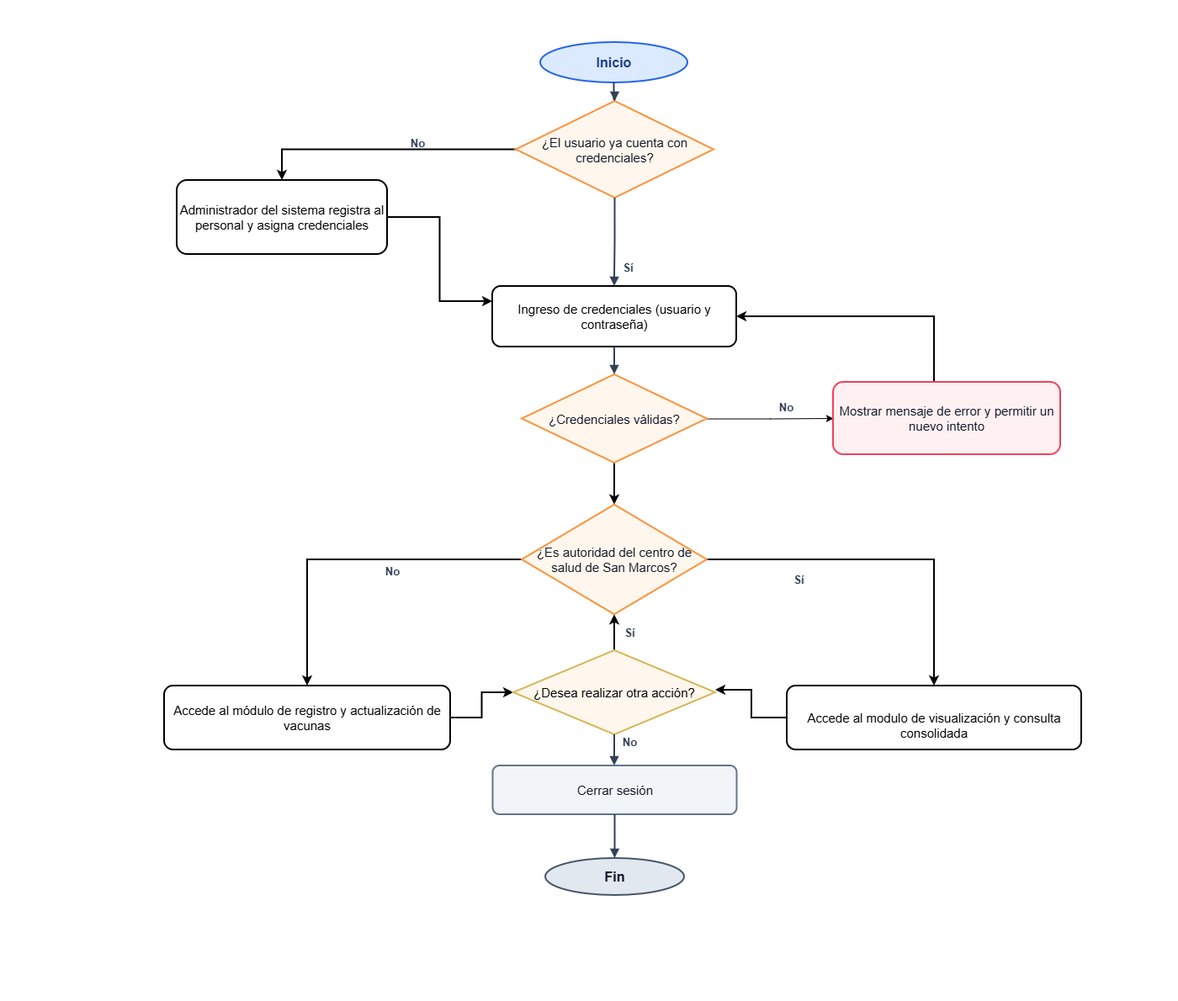
Before: Diagramas/diagrama_flujo_vacunas.drawio.png, a diagram exported from draw.io (WishoSz/PropuestaProyectoDeCarrera). Source tidied: cells renumbered, new cells last; positions are measured from the earlier drawing's top-left corner, leaving out a move shared by most shapes.
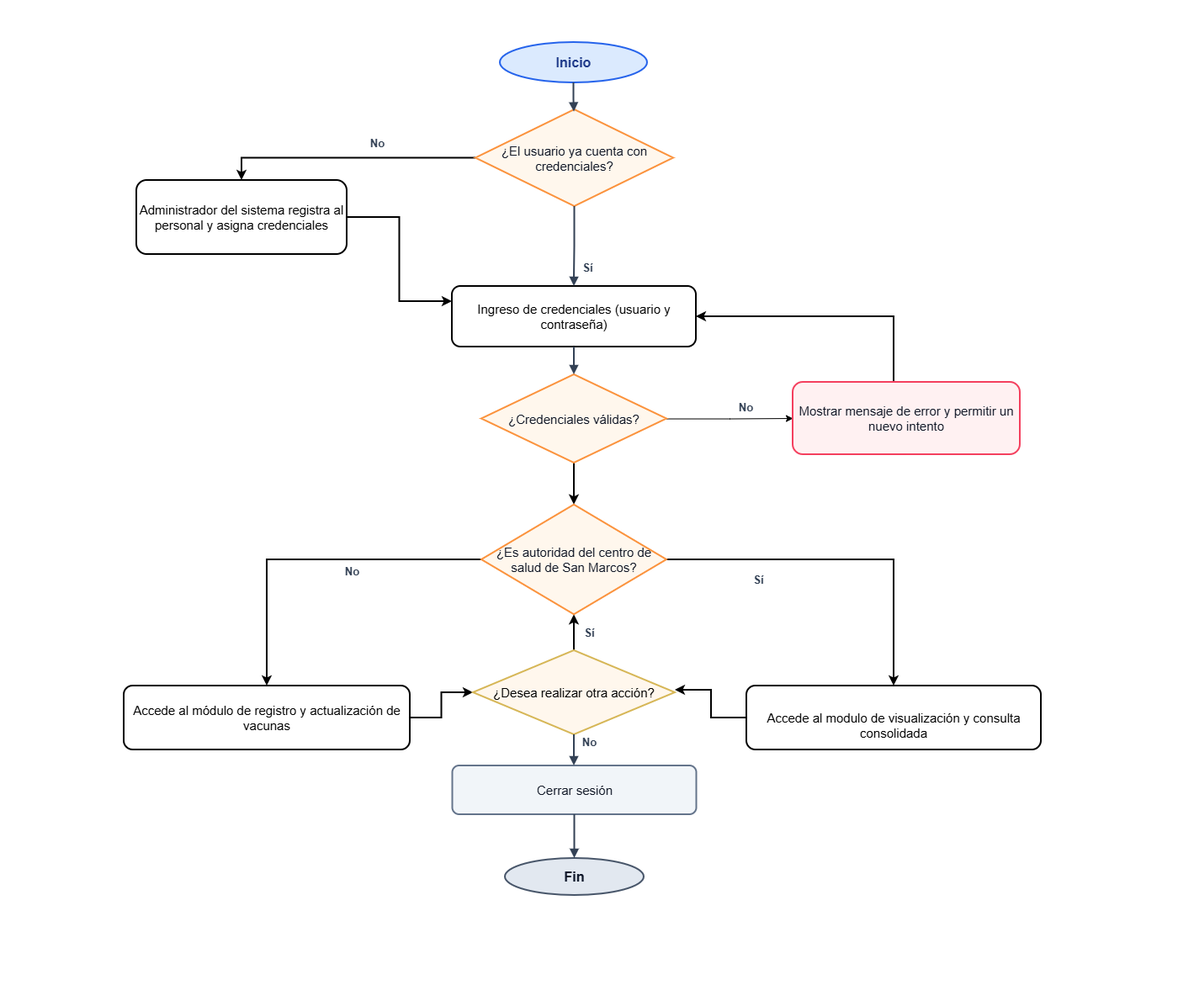
The same file after the commit.

Commit message:
Lo compuse otra vezzz

What changed in the source:
```diff
@@ -3,7 +3,7 @@
     <mxCell id="0" />
     <mxCell id="1" parent="0" />
     <mxCell id="2" style="rounded=0;html=1;fillColor=#ffffff;strokeColor=none;" parent="1" vertex="1">
-      <mxGeometry width="1400" height="1190" as="geometry" />
+      <mxGeometry x="48" width="1400" height="1190" as="geometry" />
     </mxCell>
     <mxCell id="3" value="Inicio" style="ellipse;whiteSpace=wrap;html=1;strokeWidth=2;strokeColor=#2563eb;fillColor=#dbeafe;fontSize=16;fontStyle=1;fontColor=#1e3a8a;align=center;verticalAlign=middle;" parent="1" vertex="1">
       <mxGeometry x="642" y="50" width="175" height="48" as="geometry" />
@@ -12,7 +12,7 @@
       <mxGeometry relative="1" as="geometry" />
     </mxCell>
     <mxCell id="5" value="¿El usuario ya cuenta con credenciales?" style="rhombus;whiteSpace=wrap;html=1;strokeWidth=2;strokeColor=#fb923c;fillColor=#fff7ed;fontSize=15;fontColor=#111827;align=center;verticalAlign=middle;" parent="1" vertex="1">
-      <mxGeometry x="613" y="120" width="235" height="115" as="geometry" />
+      <mxGeometry x="613" y="130" width="235" height="115" as="geometry" />
     </mxCell>
     <mxCell id="6" value="Ingreso de credenciales (usuario y contraseña)" style="rounded=1;whiteSpace=wrap;html=1;arcSize=14;strokeWidth=2;fontSize=15;align=center;verticalAlign=middle;" parent="1" vertex="1">
       <mxGeometry x="585" y="340" width="290" height="72" as="geometry" />
@@ -63,7 +63,7 @@
     <mxCell id="20" value="¿Desea realizar otra acción?" style="rhombus;whiteSpace=wrap;html=1;strokeWidth=2;strokeColor=#d6b656;fillColor=#FFF7ED;fontSize=15;align=center;verticalAlign=middle;" parent="1" vertex="1">
       <mxGeometry x="610" y="773" width="240" height="100" as="geometry" />
     </mxCell>
-    <mxCell id="21" style="edgeStyle=orthogonalEdgeStyle;rounded=0;jettySize=auto;html=1;strokeColor=#334155;strokeWidth=2;endArrow=block;endFill=1;" parent="1" edge="1" source="3" target="5">
+    <mxCell id="21" style="edgeStyle=orthogonalEdgeStyle;rounded=0;jettySize=auto;html=1;strokeColor=#334155;strokeWidth=2;endArrow=block;endFill=1;entryX=0.498;entryY=0.023;entryDx=0;entryDy=0;entryPerimeter=0;" parent="1" edge="1" source="3" target="5">
       <mxGeometry relative="1" as="geometry" />
     </mxCell>
     <mxCell id="22" style="edgeStyle=orthogonalEdgeStyle;rounded=0;jettySize=auto;html=1;strokeColor=#334155;strokeWidth=2;endArrow=block;endFill=1;" parent="1" edge="1" source="5" target="6">
```
